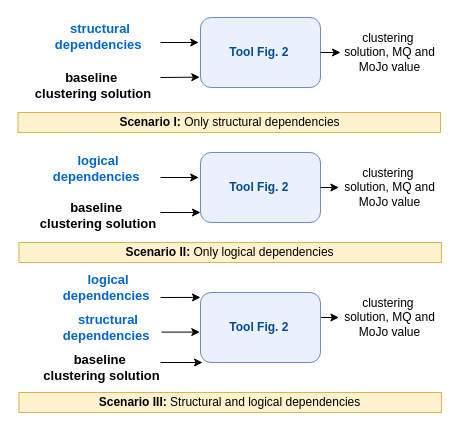
Before: page "scenario" (3 of 3) of ACCESS/images/access.drawio in AdelinaStana/Papers, a draw.io diagram. Source tidied: cells renumbered, new cells numbered last; positions are measured from the earlier drawing's top-left corner, leaving out a move shared by most shapes. Both pictures are drawn from the tidied source at 100%, with x=0, y=0 at pixel (18, 17).
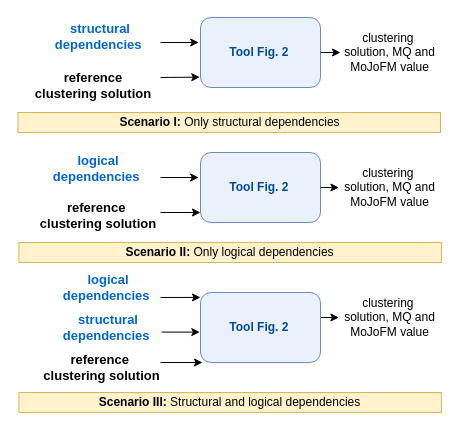
Above is the later version.

The change refers to these unchanged cells:
```xml
<mxCell id="3" style="group;" parent="1" vertex="1">
  <mxGeometry x="12" y="5" width="125.7" height="65" as="geometry" />
</mxCell>
```

Diff of the diagram source:
```diff
@@
-    <mxCell id="5" value="&lt;b style=&quot;font-size: 13px;&quot;&gt;baseline&amp;nbsp;&lt;/b&gt;&lt;div style=&quot;font-size: 13px;&quot;&gt;&lt;b style=&quot;font-size: 13px;&quot;&gt;clustering solution&lt;/b&gt;&lt;/div&gt;" style="text;html=1;align=center;verticalAlign=middle;whiteSpace=wrap;rounded=0;fontSize=13;" parent="3" vertex="1">
+    <mxCell id="5" value="&lt;b&gt;reference&lt;/b&gt;&lt;br&gt;&lt;div style=&quot;font-size: 13px;&quot;&gt;&lt;b style=&quot;font-size: 13px;&quot;&gt;clustering solution&lt;/b&gt;&lt;/div&gt;" style="text;html=1;align=center;verticalAlign=middle;whiteSpace=wrap;rounded=0;fontSize=13;" parent="3" vertex="1">
       <mxGeometry y="50" width="125.7" height="25" as="geometry" />
     </mxCell>
@@
-    <mxCell id="12" value="clustering&amp;nbsp;&lt;div&gt;solution, MQ and MoJo value&lt;/div&gt;" style="text;html=1;align=center;verticalAlign=middle;whiteSpace=wrap;rounded=0;" parent="1" vertex="1">
+    <mxCell id="12" value="clustering&amp;nbsp;&lt;div&gt;solution, MQ and MoJoFM value&lt;/div&gt;" style="text;html=1;align=center;verticalAlign=middle;whiteSpace=wrap;rounded=0;" parent="1" vertex="1">
       <mxGeometry x="324.1" y="20" width="95" height="30" as="geometry" />
     </mxCell>
@@
-    <mxCell id="20" value="clustering&amp;nbsp;&lt;div&gt;solution, MQ and MoJo value&lt;/div&gt;" style="text;html=1;align=center;verticalAlign=middle;whiteSpace=wrap;rounded=0;" parent="1" vertex="1">
+    <mxCell id="20" value="clustering&amp;nbsp;&lt;div&gt;solution, MQ and MoJoFM value&lt;/div&gt;" style="text;html=1;align=center;verticalAlign=middle;whiteSpace=wrap;rounded=0;" parent="1" vertex="1">
       <mxGeometry x="320.4" y="155" width="102.5" height="30" as="geometry" />
     </mxCell>
@@
-    <mxCell id="22" value="&lt;b style=&quot;font-size: 13px;&quot;&gt;baseline&amp;nbsp;&lt;/b&gt;&lt;div style=&quot;font-size: 13px;&quot;&gt;&lt;b style=&quot;font-size: 13px;&quot;&gt;clustering solution&lt;/b&gt;&lt;/div&gt;" style="text;html=1;align=center;verticalAlign=middle;whiteSpace=wrap;rounded=0;fontSize=13;" parent="1" vertex="1">
+    <mxCell id="22" value="&lt;b style=&quot;font-size: 13px;&quot;&gt;reference&amp;nbsp;&lt;/b&gt;&lt;div style=&quot;font-size: 13px;&quot;&gt;&lt;b style=&quot;font-size: 13px;&quot;&gt;clustering solution&lt;/b&gt;&lt;/div&gt;" style="text;html=1;align=center;verticalAlign=middle;whiteSpace=wrap;rounded=0;fontSize=13;" parent="1" vertex="1">
       <mxGeometry x="22" y="335" width="122.7" height="30" as="geometry" />
     </mxCell>
@@
-    <mxCell id="27" value="clustering&amp;nbsp;&lt;div&gt;solution, MQ and MoJo value&lt;/div&gt;" style="text;html=1;align=center;verticalAlign=middle;whiteSpace=wrap;rounded=0;" parent="1" vertex="1">
+    <mxCell id="27" value="clustering&amp;nbsp;&lt;div&gt;solution, MQ and MoJoFM value&lt;/div&gt;" style="text;html=1;align=center;verticalAlign=middle;whiteSpace=wrap;rounded=0;" parent="1" vertex="1">
       <mxGeometry x="320.4" y="285" width="102.5" height="30" as="geometry" />
     </mxCell>
@@
-    <mxCell id="32" value="&lt;b style=&quot;font-size: 13px;&quot;&gt;baseline&amp;nbsp;&lt;/b&gt;&lt;div style=&quot;font-size: 13px;&quot;&gt;&lt;b style=&quot;font-size: 13px;&quot;&gt;clustering solution&lt;/b&gt;&lt;/div&gt;" style="text;html=1;align=center;verticalAlign=middle;whiteSpace=wrap;rounded=0;fontSize=13;" parent="1" vertex="1">
+    <mxCell id="32" value="&lt;b style=&quot;font-size: 13px;&quot;&gt;reference&amp;nbsp;&lt;/b&gt;&lt;div style=&quot;font-size: 13px;&quot;&gt;&lt;b style=&quot;font-size: 13px;&quot;&gt;clustering solution&lt;/b&gt;&lt;/div&gt;" style="text;html=1;align=center;verticalAlign=middle;whiteSpace=wrap;rounded=0;fontSize=13;" parent="1" vertex="1">
       <mxGeometry x="17.4" y="185" width="125.7" height="25" as="geometry" />
     </mxCell>
```
